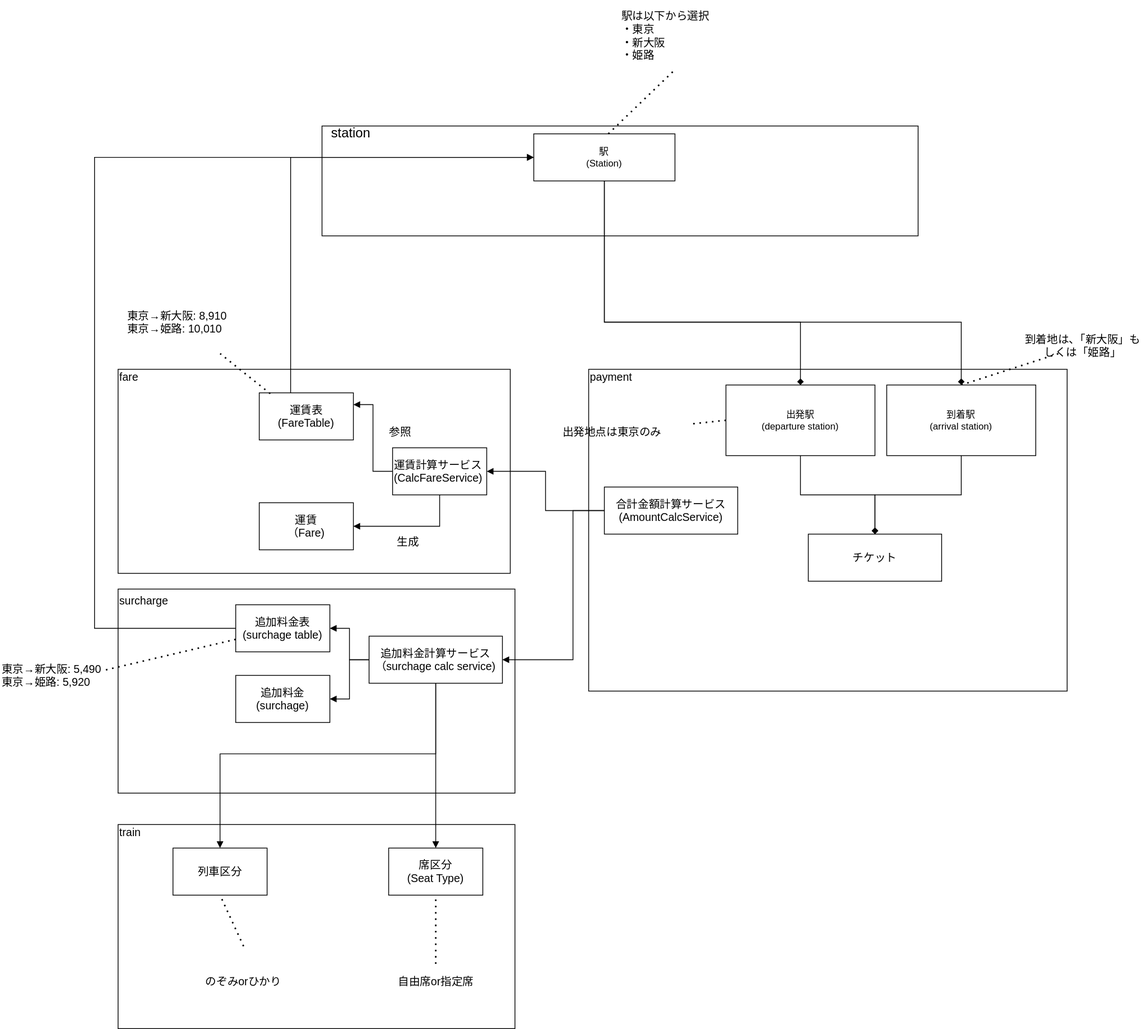
Before: docs/modeling/domain_model.svg, a diagram exported from draw.io (MikiWaraMiki/kotlin-jr-pricing). Source tidied: cells renumbered, new cells last; positions are measured from the earlier drawing's top-left corner, leaving out a move shared by most shapes. The source it was exported from:
```xml
<mxGraphModel>
  <root>
    <mxCell id="0" />
    <mxCell id="1" parent="0" />
    <mxCell id="2" style="rounded=0;whiteSpace=wrap;html=1;fontSize=14;align=center;" parent="1" vertex="1">
      <mxGeometry x="750" y="470" width="610" height="410" as="geometry" />
    </mxCell>
    <mxCell id="3" style="rounded=0;whiteSpace=wrap;html=1;fontSize=14;align=left;" parent="1" vertex="1">
      <mxGeometry x="150" y="1050" width="506" height="260" as="geometry" />
    </mxCell>
    <mxCell id="4" style="rounded=0;whiteSpace=wrap;html=1;fontSize=17;" parent="1" vertex="1">
      <mxGeometry x="410" y="160" width="760" height="140" as="geometry" />
    </mxCell>
    <mxCell id="5" style="edgeStyle=orthogonalEdgeStyle;rounded=0;jettySize=auto;html=1;startArrow=diamond;startFill=1;endArrow=none;endFill=0;" parent="1" edge="1" source="6" target="8">
      <mxGeometry relative="1" as="geometry">
        <Array as="points">
          <mxPoint x="1020" y="410" />
          <mxPoint x="770" y="410" />
        </Array>
      </mxGeometry>
    </mxCell>
    <mxCell id="6" value="出発駅&lt;br&gt;(departure station)" style="rounded=0;whiteSpace=wrap;html=1;" parent="1" vertex="1">
      <mxGeometry x="925" y="490" width="190" height="90" as="geometry" />
    </mxCell>
    <mxCell id="7" value="station" style="text;html=1;strokeColor=none;fillColor=none;align=left;verticalAlign=middle;whiteSpace=wrap;rounded=0;fontSize=17;" parent="1" vertex="1">
      <mxGeometry x="420" y="160" width="160" height="20" as="geometry" />
    </mxCell>
    <mxCell id="8" value="駅&lt;br&gt;(Station)" style="rounded=0;whiteSpace=wrap;html=1;fontSize=12;" parent="1" vertex="1">
      <mxGeometry x="680" y="170" width="180" height="60" as="geometry" />
    </mxCell>
    <mxCell id="9" style="endArrow=none;dashed=1;html=1;dashPattern=1 3;strokeWidth=2;fontSize=12;" parent="1" edge="1" target="10">
      <mxGeometry relative="1" as="geometry">
        <mxPoint x="775" y="170" as="sourcePoint" />
      </mxGeometry>
    </mxCell>
    <mxCell id="10" value="駅は以下から選択&lt;br style=&quot;font-size: 14px;&quot;&gt;・東京&lt;br style=&quot;font-size: 14px;&quot;&gt;・新大阪&lt;br style=&quot;font-size: 14px;&quot;&gt;&lt;div style=&quot;font-size: 14px;&quot;&gt;&lt;span style=&quot;font-size: 14px;&quot;&gt;・姫路&lt;/span&gt;&lt;/div&gt;" style="text;html=1;strokeColor=none;fillColor=none;align=left;verticalAlign=middle;whiteSpace=wrap;rounded=0;fontSize=14;" parent="1" vertex="1">
      <mxGeometry x="790" width="230" height="90" as="geometry" />
    </mxCell>
    <mxCell id="11" style="endArrow=none;dashed=1;html=1;dashPattern=1 3;strokeWidth=2;fontSize=14;exitX=0;exitY=0.5;exitDx=0;exitDy=0;" parent="1" edge="1" source="6" target="12">
      <mxGeometry relative="1" as="geometry" />
    </mxCell>
    <mxCell id="12" value="出発地点は東京のみ" style="text;html=1;strokeColor=none;fillColor=none;align=center;verticalAlign=middle;whiteSpace=wrap;rounded=0;fontSize=14;" parent="1" vertex="1">
      <mxGeometry x="680" y="535" width="200" height="30" as="geometry" />
    </mxCell>
    <mxCell id="13" style="endArrow=none;dashed=1;html=1;dashPattern=1 3;strokeWidth=2;fontSize=14;exitX=0.5;exitY=0;exitDx=0;exitDy=0;" parent="1" edge="1" source="54" target="14">
      <mxGeometry relative="1" as="geometry" />
    </mxCell>
    <mxCell id="14" value="到着地は、「新大阪」もしくは「姫路」" style="text;html=1;strokeColor=none;fillColor=none;align=center;verticalAlign=middle;whiteSpace=wrap;rounded=0;fontSize=14;" parent="1" vertex="1">
      <mxGeometry x="1300" y="430" width="160" height="20" as="geometry" />
    </mxCell>
    <mxCell id="15" style="rounded=0;whiteSpace=wrap;html=1;fontSize=14;align=left;" parent="1" vertex="1">
      <mxGeometry x="150" y="470" width="500" height="260" as="geometry" />
    </mxCell>
    <mxCell id="16" value="fare" style="text;html=1;strokeColor=none;fillColor=none;align=left;verticalAlign=middle;whiteSpace=wrap;rounded=0;fontSize=14;" parent="1" vertex="1">
      <mxGeometry x="150" y="470" width="160" height="20" as="geometry" />
    </mxCell>
    <mxCell id="17" style="edgeStyle=orthogonalEdgeStyle;rounded=0;jettySize=auto;html=1;entryX=0;entryY=0.5;entryDx=0;entryDy=0;fontSize=14;endArrow=block;endFill=1;" parent="1" edge="1" source="18" target="8">
      <mxGeometry relative="1" as="geometry">
        <Array as="points">
          <mxPoint x="370" y="200" />
        </Array>
      </mxGeometry>
    </mxCell>
    <mxCell id="18" value="運賃表&lt;br&gt;(FareTable)" style="rounded=0;whiteSpace=wrap;html=1;fontSize=14;align=center;" parent="1" vertex="1">
      <mxGeometry x="330" y="500" width="120" height="60" as="geometry" />
    </mxCell>
    <mxCell id="19" style="endArrow=none;dashed=1;html=1;dashPattern=1 3;strokeWidth=2;fontSize=14;exitX=0.117;exitY=0.017;exitDx=0;exitDy=0;exitPerimeter=0;" parent="1" edge="1" source="18" target="20">
      <mxGeometry relative="1" as="geometry" />
    </mxCell>
    <mxCell id="20" value="東京→新大阪: 8,910&lt;br&gt;東京→姫路: 10,010" style="text;html=1;strokeColor=none;fillColor=none;align=left;verticalAlign=middle;whiteSpace=wrap;rounded=0;fontSize=14;" parent="1" vertex="1">
      <mxGeometry x="160" y="370" width="140" height="80" as="geometry" />
    </mxCell>
    <mxCell id="21" value="運賃&lt;br&gt;（Fare)" style="rounded=0;whiteSpace=wrap;html=1;fontSize=14;align=center;" parent="1" vertex="1">
      <mxGeometry x="330" y="640" width="120" height="60" as="geometry" />
    </mxCell>
    <mxCell id="22" style="edgeStyle=orthogonalEdgeStyle;rounded=0;jettySize=auto;html=1;entryX=1;entryY=0.25;entryDx=0;entryDy=0;fontSize=14;endArrow=block;endFill=1;" parent="1" edge="1" source="24" target="18">
      <mxGeometry relative="1" as="geometry" />
    </mxCell>
    <mxCell id="23" style="edgeStyle=orthogonalEdgeStyle;rounded=0;jettySize=auto;html=1;entryX=1;entryY=0.5;entryDx=0;entryDy=0;fontSize=14;endArrow=block;endFill=1;" parent="1" edge="1" source="24" target="21">
      <mxGeometry relative="1" as="geometry">
        <Array as="points">
          <mxPoint x="560" y="670" />
        </Array>
      </mxGeometry>
    </mxCell>
    <mxCell id="24" value="運賃計算サービス&lt;br&gt;(CalcFareService)" style="rounded=0;whiteSpace=wrap;html=1;fontSize=14;align=left;" parent="1" vertex="1">
      <mxGeometry x="500" y="570" width="120" height="60" as="geometry" />
    </mxCell>
    <mxCell id="25" value="参照" style="text;html=1;strokeColor=none;fillColor=none;align=center;verticalAlign=middle;whiteSpace=wrap;rounded=0;fontSize=14;" parent="1" vertex="1">
      <mxGeometry x="490" y="540" width="40" height="20" as="geometry" />
    </mxCell>
    <mxCell id="26" value="生成" style="text;html=1;strokeColor=none;fillColor=none;align=center;verticalAlign=middle;whiteSpace=wrap;rounded=0;fontSize=14;" parent="1" vertex="1">
      <mxGeometry x="500" y="680" width="40" height="20" as="geometry" />
    </mxCell>
    <mxCell id="27" style="rounded=0;whiteSpace=wrap;html=1;fontSize=14;align=left;" parent="1" vertex="1">
      <mxGeometry x="150" y="750" width="506" height="260" as="geometry" />
    </mxCell>
    <mxCell id="28" value="surcharge" style="text;html=1;strokeColor=none;fillColor=none;align=left;verticalAlign=middle;whiteSpace=wrap;rounded=0;fontSize=14;" parent="1" vertex="1">
      <mxGeometry x="150" y="750" width="120" height="30" as="geometry" />
    </mxCell>
    <mxCell id="29" style="endArrow=none;dashed=1;html=1;dashPattern=1 3;strokeWidth=2;fontSize=14;entryX=0.5;entryY=1;entryDx=0;entryDy=0;" parent="1" edge="1" source="30" target="40">
      <mxGeometry relative="1" as="geometry" />
    </mxCell>
    <mxCell id="30" value="自由席or指定席" style="text;html=1;strokeColor=none;fillColor=none;align=center;verticalAlign=middle;whiteSpace=wrap;rounded=0;fontSize=14;" parent="1" vertex="1">
      <mxGeometry x="503.5" y="1227.5" width="103" height="45" as="geometry" />
    </mxCell>
    <mxCell id="31" value="列車区分" style="rounded=0;whiteSpace=wrap;html=1;fontSize=14;align=center;" parent="1" vertex="1">
      <mxGeometry x="220" y="1080" width="120" height="60" as="geometry" />
    </mxCell>
    <mxCell id="32" value="train" style="text;html=1;strokeColor=none;fillColor=none;align=left;verticalAlign=middle;whiteSpace=wrap;rounded=0;fontSize=14;" parent="1" vertex="1">
      <mxGeometry x="150" y="1050" width="100" height="20" as="geometry" />
    </mxCell>
    <mxCell id="33" style="endArrow=none;dashed=1;html=1;dashPattern=1 3;strokeWidth=2;fontSize=14;entryX=0.5;entryY=1;entryDx=0;entryDy=0;" parent="1" edge="1" target="31">
      <mxGeometry relative="1" as="geometry">
        <mxPoint x="310" y="1205" as="sourcePoint" />
      </mxGeometry>
    </mxCell>
    <mxCell id="34" value="のぞみorひかり" style="text;html=1;strokeColor=none;fillColor=none;align=center;verticalAlign=middle;whiteSpace=wrap;rounded=0;fontSize=14;" parent="1" vertex="1">
      <mxGeometry x="220" y="1210" width="180" height="80" as="geometry" />
    </mxCell>
    <mxCell id="35" style="edgeStyle=orthogonalEdgeStyle;rounded=0;jettySize=auto;html=1;fontSize=14;endArrow=block;endFill=1;" parent="1" edge="1" source="39" target="31">
      <mxGeometry relative="1" as="geometry">
        <Array as="points">
          <mxPoint x="555" y="960" />
          <mxPoint x="280" y="960" />
        </Array>
      </mxGeometry>
    </mxCell>
    <mxCell id="36" style="edgeStyle=orthogonalEdgeStyle;rounded=0;jettySize=auto;html=1;entryX=0.5;entryY=0;entryDx=0;entryDy=0;fontSize=14;endArrow=block;endFill=1;" parent="1" edge="1" source="39" target="40">
      <mxGeometry relative="1" as="geometry" />
    </mxCell>
    <mxCell id="37" style="edgeStyle=orthogonalEdgeStyle;rounded=0;jettySize=auto;html=1;fontSize=14;endArrow=block;endFill=1;" parent="1" edge="1" source="39" target="41">
      <mxGeometry relative="1" as="geometry" />
    </mxCell>
    <mxCell id="38" style="edgeStyle=orthogonalEdgeStyle;rounded=0;jettySize=auto;html=1;fontSize=14;endArrow=block;endFill=1;" parent="1" edge="1" source="39" target="44">
      <mxGeometry relative="1" as="geometry" />
    </mxCell>
    <mxCell id="39" value="追加料金計算サービス&lt;br&gt;（surchage calc service)" style="rounded=0;whiteSpace=wrap;html=1;fontSize=14;align=center;" parent="1" vertex="1">
      <mxGeometry x="470" y="810" width="170" height="60" as="geometry" />
    </mxCell>
    <mxCell id="40" value="席区分&lt;br&gt;&lt;div style=&quot;&quot;&gt;&lt;span&gt;(Seat Type)&lt;/span&gt;&lt;/div&gt;" style="rounded=0;whiteSpace=wrap;html=1;fontSize=14;align=center;" parent="1" vertex="1">
      <mxGeometry x="495" y="1080" width="120" height="60" as="geometry" />
    </mxCell>
    <mxCell id="41" value="追加料金&lt;br&gt;(surchage)" style="rounded=0;whiteSpace=wrap;html=1;fontSize=14;align=center;" parent="1" vertex="1">
      <mxGeometry x="300" y="860" width="120" height="60" as="geometry" />
    </mxCell>
    <mxCell id="42" value="payment" style="text;html=1;strokeColor=none;fillColor=none;align=left;verticalAlign=middle;whiteSpace=wrap;rounded=0;fontSize=14;" parent="1" vertex="1">
      <mxGeometry x="750" y="470" width="140" height="20" as="geometry" />
    </mxCell>
    <mxCell id="43" style="edgeStyle=orthogonalEdgeStyle;rounded=0;jettySize=auto;html=1;fontSize=14;endArrow=block;endFill=1;" parent="1" edge="1" source="44">
      <mxGeometry relative="1" as="geometry">
        <mxPoint x="680" y="200" as="targetPoint" />
        <Array as="points">
          <mxPoint x="120" y="800" />
          <mxPoint x="120" y="200" />
        </Array>
      </mxGeometry>
    </mxCell>
    <mxCell id="44" value="追加料金表&lt;br&gt;(surchage table)" style="rounded=0;whiteSpace=wrap;html=1;fontSize=14;align=center;" parent="1" vertex="1">
      <mxGeometry x="300" y="770" width="120" height="60" as="geometry" />
    </mxCell>
    <mxCell id="45" style="endArrow=none;dashed=1;html=1;dashPattern=1 3;strokeWidth=2;fontSize=14;" parent="1" edge="1" source="44">
      <mxGeometry relative="1" as="geometry">
        <mxPoint x="130" y="854" as="targetPoint" />
      </mxGeometry>
    </mxCell>
    <mxCell id="46" value="東京→新大阪: 5,490&lt;br&gt;東京→姫路: 5,920" style="text;html=1;strokeColor=none;fillColor=none;align=left;verticalAlign=middle;whiteSpace=wrap;rounded=0;fontSize=14;" parent="1" vertex="1">
      <mxGeometry y="820" width="140" height="80" as="geometry" />
    </mxCell>
    <mxCell id="47" style="edgeStyle=orthogonalEdgeStyle;rounded=0;jettySize=auto;html=1;fontSize=14;endArrow=block;endFill=1;" parent="1" edge="1" source="49" target="24">
      <mxGeometry relative="1" as="geometry" />
    </mxCell>
    <mxCell id="48" style="edgeStyle=orthogonalEdgeStyle;rounded=0;jettySize=auto;html=1;entryX=1;entryY=0.5;entryDx=0;entryDy=0;fontSize=14;endArrow=block;endFill=1;" parent="1" edge="1" source="49" target="39">
      <mxGeometry relative="1" as="geometry">
        <Array as="points">
          <mxPoint x="730" y="650" />
          <mxPoint x="730" y="840" />
        </Array>
      </mxGeometry>
    </mxCell>
    <mxCell id="49" value="合計金額計算サービス&lt;br&gt;(AmountCalcService)" style="rounded=0;whiteSpace=wrap;html=1;fontSize=14;align=center;" parent="1" vertex="1">
      <mxGeometry x="770" y="620" width="170" height="60" as="geometry" />
    </mxCell>
    <mxCell id="50" style="edgeStyle=orthogonalEdgeStyle;rounded=0;jettySize=auto;html=1;startArrow=diamond;startFill=1;endArrow=none;endFill=0;" parent="1" edge="1" source="52" target="54">
      <mxGeometry relative="1" as="geometry" />
    </mxCell>
    <mxCell id="51" style="edgeStyle=orthogonalEdgeStyle;rounded=0;jettySize=auto;html=1;entryX=0.5;entryY=1;entryDx=0;entryDy=0;startArrow=diamond;startFill=1;endArrow=none;endFill=0;" parent="1" edge="1" source="52" target="6">
      <mxGeometry relative="1" as="geometry" />
    </mxCell>
    <mxCell id="52" value="チケット" style="rounded=0;whiteSpace=wrap;html=1;fontSize=14;align=center;" parent="1" vertex="1">
      <mxGeometry x="1030" y="680" width="170" height="60" as="geometry" />
    </mxCell>
    <mxCell id="53" style="edgeStyle=orthogonalEdgeStyle;rounded=0;jettySize=auto;html=1;startArrow=diamond;startFill=1;endArrow=none;endFill=0;" parent="1" edge="1" source="54" target="8">
      <mxGeometry relative="1" as="geometry">
        <Array as="points">
          <mxPoint x="1225" y="410" />
          <mxPoint x="770" y="410" />
        </Array>
      </mxGeometry>
    </mxCell>
    <mxCell id="54" value="到着駅&lt;br&gt;(arrival station)" style="rounded=0;whiteSpace=wrap;html=1;" parent="1" vertex="1">
      <mxGeometry x="1130" y="490" width="190" height="90" as="geometry" />
    </mxCell>
  </root>
</mxGraphModel>
```
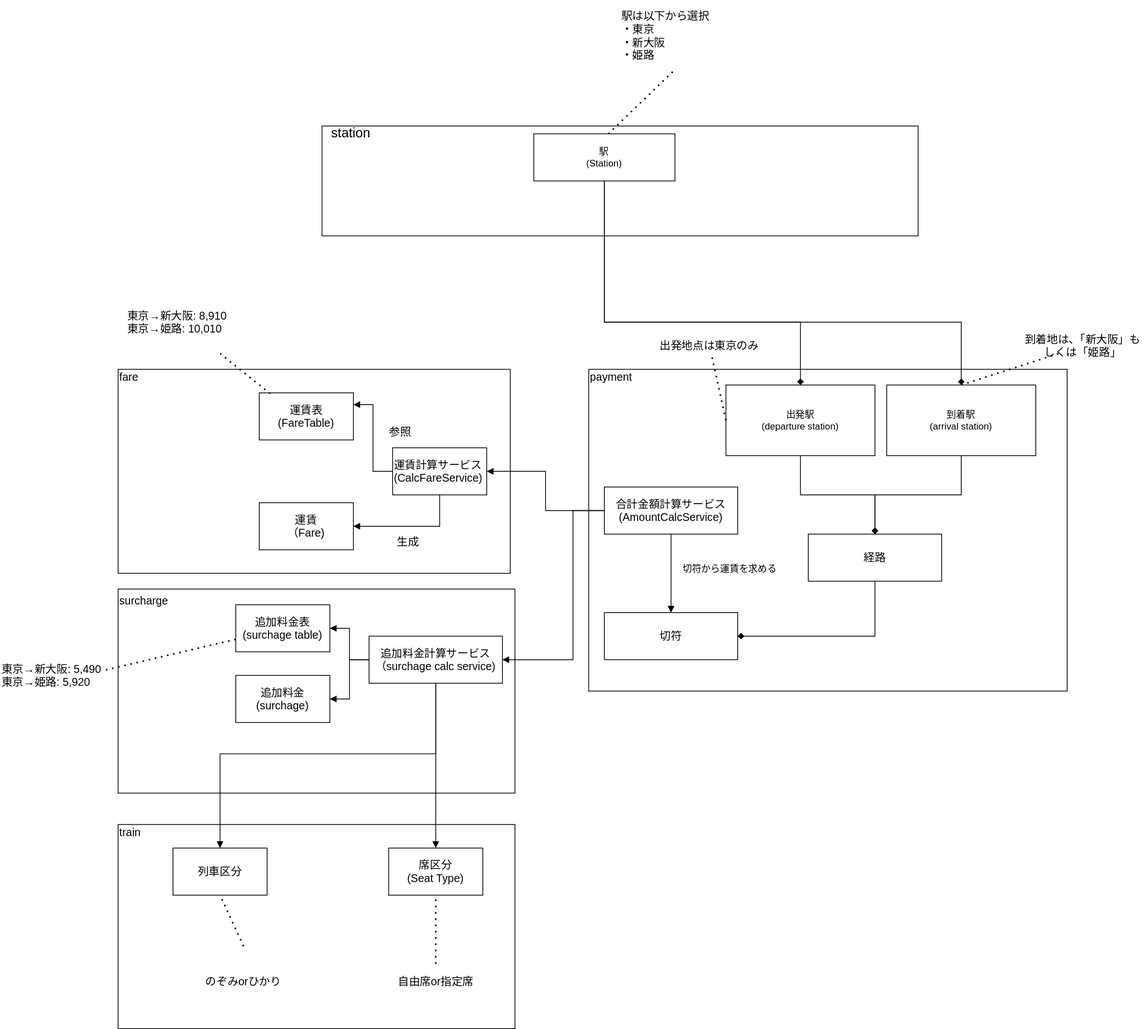
After the commit.

The edit, as a diff of the source:
```diff
@@ -40,7 +40,7 @@
       <mxGeometry relative="1" as="geometry" />
     </mxCell>
     <mxCell id="12" value="出発地点は東京のみ" style="text;html=1;strokeColor=none;fillColor=none;align=center;verticalAlign=middle;whiteSpace=wrap;rounded=0;fontSize=14;" parent="1" vertex="1">
-      <mxGeometry x="680" y="535" width="200" height="30" as="geometry" />
+      <mxGeometry x="804" y="425" width="200" height="30" as="geometry" />
     </mxCell>
     <mxCell id="13" style="endArrow=none;dashed=1;html=1;dashPattern=1 3;strokeWidth=2;fontSize=14;exitX=0.5;exitY=0;exitDx=0;exitDy=0;" parent="1" edge="1" source="54" target="14">
       <mxGeometry relative="1" as="geometry" />
@@ -54,13 +54,6 @@
     <mxCell id="16" value="fare" style="text;html=1;strokeColor=none;fillColor=none;align=left;verticalAlign=middle;whiteSpace=wrap;rounded=0;fontSize=14;" parent="1" vertex="1">
       <mxGeometry x="150" y="470" width="160" height="20" as="geometry" />
     </mxCell>
-    <mxCell id="17" style="edgeStyle=orthogonalEdgeStyle;rounded=0;jettySize=auto;html=1;entryX=0;entryY=0.5;entryDx=0;entryDy=0;fontSize=14;endArrow=block;endFill=1;" parent="1" edge="1" source="18" target="8">
-      <mxGeometry relative="1" as="geometry">
-        <Array as="points">
-          <mxPoint x="370" y="200" />
-        </Array>
-      </mxGeometry>
-    </mxCell>
     <mxCell id="18" value="運賃表&lt;br&gt;(FareTable)" style="rounded=0;whiteSpace=wrap;html=1;fontSize=14;align=center;" parent="1" vertex="1">
       <mxGeometry x="330" y="500" width="120" height="60" as="geometry" />
     </mxCell>
@@ -147,15 +140,6 @@
     <mxCell id="42" value="payment" style="text;html=1;strokeColor=none;fillColor=none;align=left;verticalAlign=middle;whiteSpace=wrap;rounded=0;fontSize=14;" parent="1" vertex="1">
       <mxGeometry x="750" y="470" width="140" height="20" as="geometry" />
     </mxCell>
-    <mxCell id="43" style="edgeStyle=orthogonalEdgeStyle;rounded=0;jettySize=auto;html=1;fontSize=14;endArrow=block;endFill=1;" parent="1" edge="1" source="44">
-      <mxGeometry relative="1" as="geometry">
-        <mxPoint x="680" y="200" as="targetPoint" />
-        <Array as="points">
-          <mxPoint x="120" y="800" />
-          <mxPoint x="120" y="200" />
-        </Array>
-      </mxGeometry>
-    </mxCell>
     <mxCell id="44" value="追加料金表&lt;br&gt;(surchage table)" style="rounded=0;whiteSpace=wrap;html=1;fontSize=14;align=center;" parent="1" vertex="1">
       <mxGeometry x="300" y="770" width="120" height="60" as="geometry" />
     </mxCell>
@@ -178,6 +162,9 @@
         </Array>
       </mxGeometry>
     </mxCell>
+    <mxCell id="55" style="edgeStyle=orthogonalEdgeStyle;rounded=0;jettySize=auto;html=1;startArrow=none;startFill=0;endArrow=block;endFill=1;" parent="1" edge="1" source="49" target="57">
+      <mxGeometry relative="1" as="geometry" />
+    </mxCell>
     <mxCell id="49" value="合計金額計算サービス&lt;br&gt;(AmountCalcService)" style="rounded=0;whiteSpace=wrap;html=1;fontSize=14;align=center;" parent="1" vertex="1">
       <mxGeometry x="770" y="620" width="170" height="60" as="geometry" />
     </mxCell>
@@ -187,7 +174,7 @@
     <mxCell id="51" style="edgeStyle=orthogonalEdgeStyle;rounded=0;jettySize=auto;html=1;entryX=0.5;entryY=1;entryDx=0;entryDy=0;startArrow=diamond;startFill=1;endArrow=none;endFill=0;" parent="1" edge="1" source="52" target="6">
       <mxGeometry relative="1" as="geometry" />
     </mxCell>
-    <mxCell id="52" value="チケット" style="rounded=0;whiteSpace=wrap;html=1;fontSize=14;align=center;" parent="1" vertex="1">
+    <mxCell id="52" value="経路" style="rounded=0;whiteSpace=wrap;html=1;fontSize=14;align=center;" parent="1" vertex="1">
       <mxGeometry x="1030" y="680" width="170" height="60" as="geometry" />
     </mxCell>
     <mxCell id="53" style="edgeStyle=orthogonalEdgeStyle;rounded=0;jettySize=auto;html=1;startArrow=diamond;startFill=1;endArrow=none;endFill=0;" parent="1" edge="1" source="54" target="8">
@@ -201,5 +188,14 @@
     <mxCell id="54" value="到着駅&lt;br&gt;(arrival station)" style="rounded=0;whiteSpace=wrap;html=1;" parent="1" vertex="1">
       <mxGeometry x="1130" y="490" width="190" height="90" as="geometry" />
     </mxCell>
+    <mxCell id="56" style="edgeStyle=orthogonalEdgeStyle;rounded=0;jettySize=auto;html=1;startArrow=diamond;startFill=1;endArrow=none;endFill=0;" parent="1" edge="1" source="57" target="52">
+      <mxGeometry relative="1" as="geometry" />
+    </mxCell>
+    <mxCell id="57" value="切符" style="rounded=0;whiteSpace=wrap;html=1;fontSize=14;align=center;" parent="1" vertex="1">
+      <mxGeometry x="770" y="780" width="170" height="60" as="geometry" />
+    </mxCell>
+    <mxCell id="58" value="切符から運賃を求める" style="text;html=1;strokeColor=none;fillColor=none;align=center;verticalAlign=middle;whiteSpace=wrap;rounded=0;" parent="1" vertex="1">
+      <mxGeometry x="860" y="715" width="140" height="20" as="geometry" />
+    </mxCell>
   </root>
 </mxGraphModel>
```
